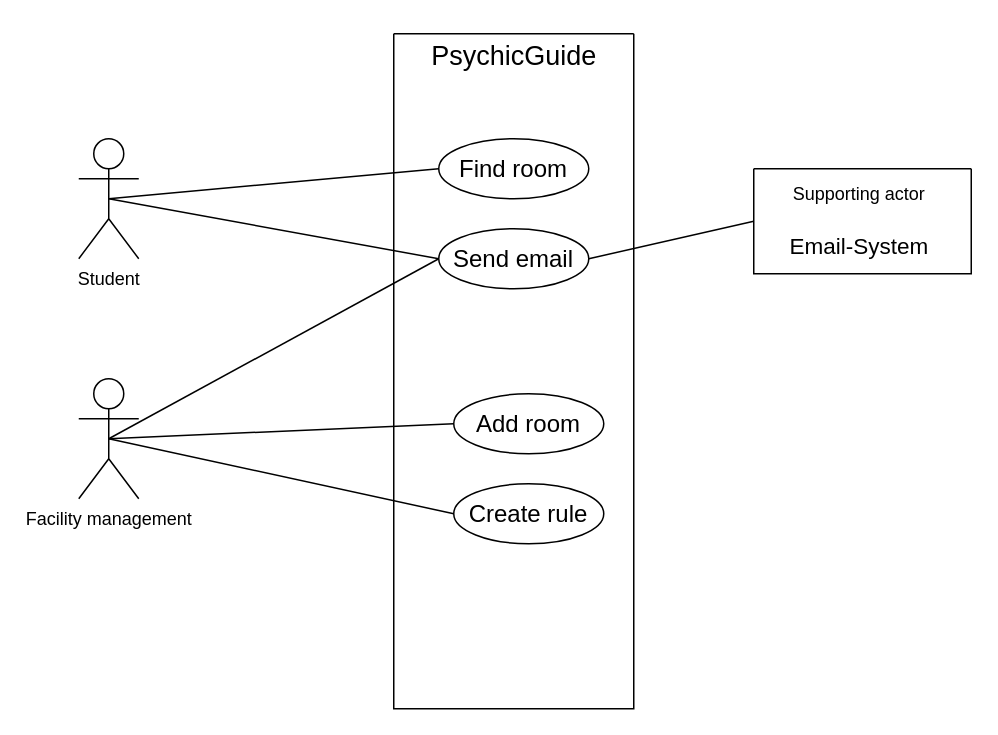
Before: Unbenanntes Diagramm.drawio in phyllomenous/PM3_DomainModel, a draw.io diagram. Source tidied: cells renumbered, new cells numbered last; positions are measured from the earlier drawing's top-left corner, leaving out a move shared by most shapes. Both pictures are drawn from the tidied source at 150%, with x=0, y=0 at pixel (78, 26).
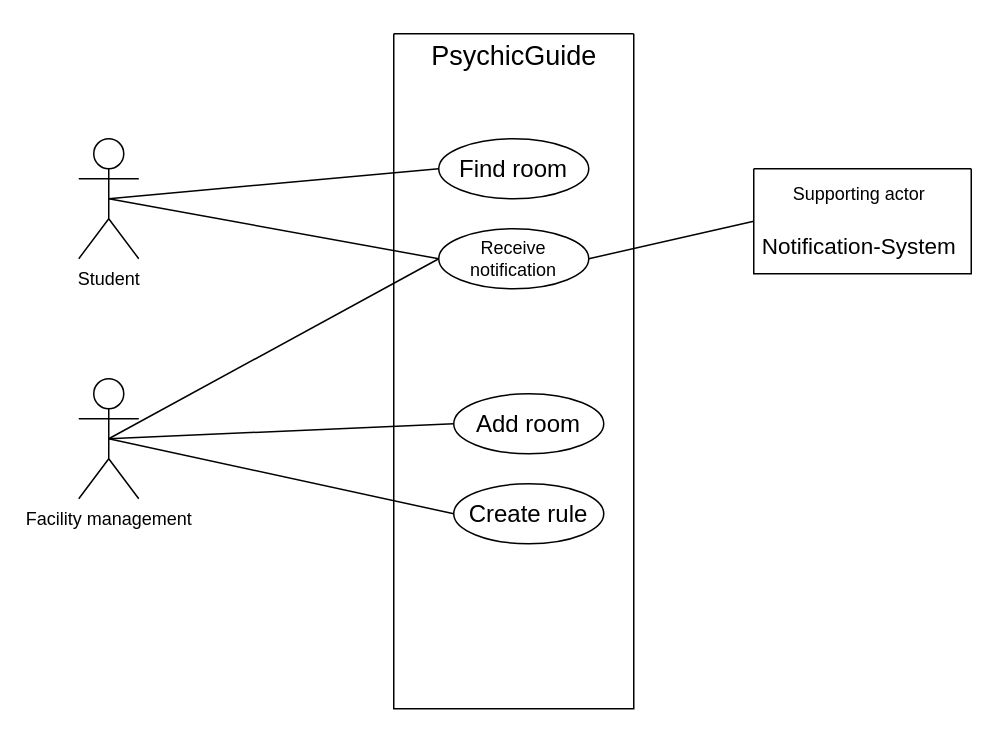
The same diagram, later.

Diff of the diagram source:
```diff
@@
 <mxGraphModel>
   <root>
     <mxCell id="0" />
     <mxCell id="1" parent="0" />
     <mxCell id="2" style="rounded=0;jettySize=auto;html=1;exitX=0.5;exitY=0.5;exitDx=0;exitDy=0;exitPerimeter=0;entryX=0;entryY=0.5;entryDx=0;entryDy=0;endArrow=none;endFill=0;" parent="1" edge="1" source="4" target="10">
       <mxGeometry relative="1" as="geometry" />
     </mxCell>
     <mxCell id="3" style="rounded=0;jettySize=auto;html=1;exitX=0.5;exitY=0.5;exitDx=0;exitDy=0;exitPerimeter=0;entryX=0;entryY=0.5;entryDx=0;entryDy=0;endArrow=none;endFill=0;" parent="1" edge="1" source="4" target="14">
       <mxGeometry relative="1" as="geometry" />
     </mxCell>
     <mxCell id="4" value="Student" style="shape=umlActor;verticalLabelPosition=bottom;verticalAlign=top;html=1;outlineConnect=0;" parent="1" vertex="1">
       <mxGeometry y="75" width="40" height="80" as="geometry" />
     </mxCell>
     <mxCell id="5" style="rounded=0;jettySize=auto;html=1;exitX=0.5;exitY=0.5;exitDx=0;exitDy=0;exitPerimeter=0;entryX=0;entryY=0.5;entryDx=0;entryDy=0;endArrow=none;endFill=0;" parent="1" edge="1" source="8" target="11">
       <mxGeometry relative="1" as="geometry" />
     </mxCell>
     <mxCell id="6" style="rounded=0;jettySize=auto;html=1;exitX=0.5;exitY=0.5;exitDx=0;exitDy=0;exitPerimeter=0;entryX=0;entryY=0.5;entryDx=0;entryDy=0;endArrow=none;endFill=0;" parent="1" edge="1" source="8" target="12">
       <mxGeometry relative="1" as="geometry" />
     </mxCell>
     <mxCell id="7" style="rounded=0;jettySize=auto;html=1;exitX=0.5;exitY=0.5;exitDx=0;exitDy=0;exitPerimeter=0;entryX=0;entryY=0.5;entryDx=0;entryDy=0;endArrow=none;endFill=0;" parent="1" edge="1" source="8" target="14">
       <mxGeometry relative="1" as="geometry" />
     </mxCell>
     <mxCell id="8" value="Facility management" style="shape=umlActor;verticalLabelPosition=bottom;verticalAlign=top;html=1;outlineConnect=0;" parent="1" vertex="1">
       <mxGeometry y="235" width="40" height="80" as="geometry" />
     </mxCell>
     <mxCell id="9" style="swimlane;startSize=0;" parent="1" vertex="1">
       <mxGeometry x="210" y="5" width="160" height="450" as="geometry" />
     </mxCell>
     <mxCell id="10" value="&lt;font style=&quot;font-size: 16px;&quot;&gt;Find room&lt;/font&gt;" style="ellipse;whiteSpace=wrap;html=1;" parent="9" vertex="1">
       <mxGeometry x="30" y="70" width="100" height="40" as="geometry" />
     </mxCell>
     <mxCell id="11" value="&lt;font style=&quot;font-size: 16px;&quot;&gt;Add room&lt;/font&gt;" style="ellipse;whiteSpace=wrap;html=1;" parent="9" vertex="1">
       <mxGeometry x="40" y="240" width="100" height="40" as="geometry" />
     </mxCell>
     <mxCell id="12" value="&lt;font style=&quot;font-size: 16px;&quot;&gt;Create rule&lt;/font&gt;" style="ellipse;whiteSpace=wrap;html=1;" parent="9" vertex="1">
       <mxGeometry x="40" y="300" width="100" height="40" as="geometry" />
     </mxCell>
     <mxCell id="13" value="&lt;font style=&quot;font-size: 18px;&quot;&gt;PsychicGuide&lt;/font&gt;" style="text;html=1;align=center;verticalAlign=middle;strokeColor=none;fillColor=none;" parent="9" vertex="1">
       <mxGeometry x="15" y="-5" width="130" height="40" as="geometry" />
     </mxCell>
-    <mxCell id="14" value="&lt;font style=&quot;font-size: 16px;&quot;&gt;Send email&lt;/font&gt;" style="ellipse;whiteSpace=wrap;html=1;" parent="9" vertex="1">
+    <mxCell id="14" value="Receive notification" style="ellipse;whiteSpace=wrap;html=1;" parent="9" vertex="1">
       <mxGeometry x="30" y="130" width="100" height="40" as="geometry" />
     </mxCell>
     <mxCell id="15" style="rounded=0;jettySize=auto;html=1;exitX=0;exitY=0.5;exitDx=0;exitDy=0;entryX=1;entryY=0.5;entryDx=0;entryDy=0;endArrow=none;endFill=0;" parent="1" edge="1" source="16" target="14">
       <mxGeometry relative="1" as="geometry" />
     </mxCell>
     <mxCell id="16" style="swimlane;startSize=0;" parent="1" vertex="1">
       <mxGeometry x="450" y="95" width="145" height="70" as="geometry" />
     </mxCell>
-    <mxCell id="17" value="&lt;div&gt;Supporting actor&lt;br&gt;&lt;/div&gt;&lt;div style=&quot;font-size: 15px;&quot;&gt;&lt;br&gt;&lt;/div&gt;&lt;div style=&quot;font-size: 15px;&quot;&gt;Email-System&lt;/div&gt;" style="text;html=1;align=center;verticalAlign=middle;strokeColor=none;fillColor=none;" parent="16" vertex="1">
-      <mxGeometry x="10" y="5" width="120" height="60" as="geometry" />
+    <mxCell id="17" value="&lt;div&gt;Supporting actor&lt;br&gt;&lt;/div&gt;&lt;div style=&quot;font-size: 15px;&quot;&gt;&lt;br&gt;&lt;/div&gt;&lt;div style=&quot;font-size: 15px;&quot;&gt;Notification-System&lt;/div&gt;" style="text;html=1;align=center;verticalAlign=middle;strokeColor=none;fillColor=none;" parent="16" vertex="1">
+      <mxGeometry x="-5" y="5" width="150" height="60" as="geometry" />
     </mxCell>
   </root>
 </mxGraphModel>
```
